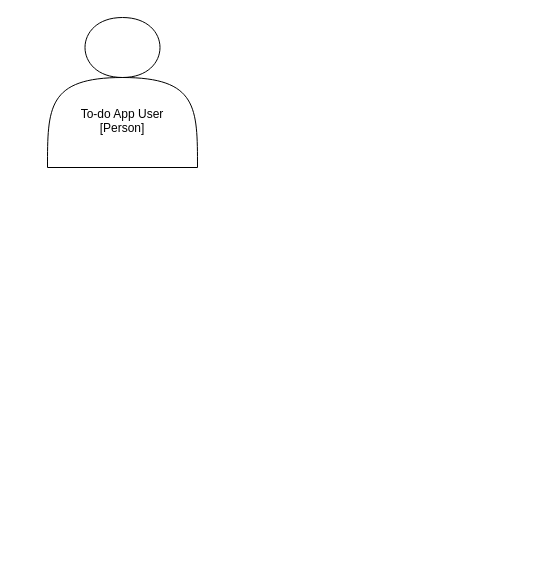
This is Documentation/Context Diagram.drawio from Gontx/DevOps-Course-Starter, a draw.io file, before an edit. Source tidied: cells renumbered, new cells numbered last; positions are measured from the earlier drawing's top-left corner, leaving out a move shared by most shapes. Both pictures are drawn from the tidied source at 100%, with x=0, y=0 at pixel (47, 17).
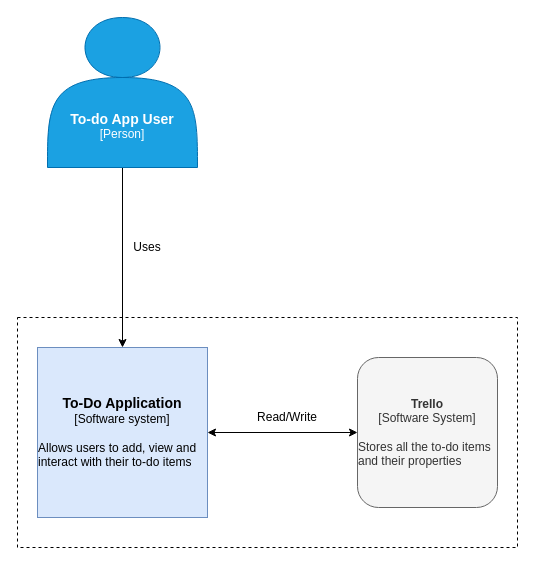
The same diagram, later.

Diff of the diagram source:
```diff
@@
 <mxGraphModel>
   <root>
     <mxCell id="0" />
     <mxCell id="1" parent="0" />
+    <mxCell id="3" style="rounded=0;whiteSpace=wrap;html=1;dashed=1;" parent="1" vertex="1">
+      <mxGeometry x="-30" y="300" width="500" height="230" as="geometry" />
+    </mxCell>
+    <mxCell id="4" style="edgeStyle=orthogonalEdgeStyle;rounded=0;jettySize=auto;html=1;exitX=0.5;exitY=1;exitDx=0;exitDy=0;entryX=0.5;entryY=0;entryDx=0;entryDy=0;" parent="1" edge="1" source="2" target="6">
+      <mxGeometry relative="1" as="geometry" />
+    </mxCell>
-    <mxCell id="2" value="&lt;br&gt;&lt;br&gt;&lt;br&gt;&lt;br&gt;To-do App User&lt;br&gt;[Person]" style="shape=actor;whiteSpace=wrap;html=1;" parent="1" vertex="1">
+    <mxCell id="2" value="&lt;b style=&quot;font-size: 14px&quot;&gt;&lt;br&gt;&lt;br&gt;&lt;br&gt;&lt;br&gt;To-do App User&lt;/b&gt;&lt;br&gt;[Person]" style="shape=actor;whiteSpace=wrap;html=1;fillColor=#1ba1e2;strokeColor=#006EAF;fontColor=#ffffff;" parent="1" vertex="1">
       <mxGeometry width="150" height="150" as="geometry" />
     </mxCell>
+    <mxCell id="5" style="edgeStyle=orthogonalEdgeStyle;rounded=0;jettySize=auto;html=1;exitX=1;exitY=0.5;exitDx=0;exitDy=0;entryX=0;entryY=0.5;entryDx=0;entryDy=0;startArrow=classic;startFill=1;" parent="1" edge="1" source="6" target="7">
+      <mxGeometry relative="1" as="geometry" />
+    </mxCell>
+    <mxCell id="6" value="&lt;b&gt;&lt;font style=&quot;font-size: 14px&quot;&gt;To-Do Application&lt;br&gt;&lt;/font&gt;&lt;/b&gt;[Software system]&lt;br&gt;&lt;br&gt;&lt;div style=&quot;text-align: left&quot;&gt;&lt;span&gt;Allows users to add, view and interact with their to-do items&lt;/span&gt;&lt;/div&gt;" style="whiteSpace=wrap;html=1;fillColor=#dae8fc;strokeColor=#6c8ebf;" parent="1" vertex="1">
+      <mxGeometry x="-10" y="330" width="170" height="170" as="geometry" />
+    </mxCell>
+    <mxCell id="7" value="&lt;font&gt;&lt;b style=&quot;font-size: 12px&quot;&gt;Trello&lt;/b&gt;&lt;br&gt;[Software System]&lt;br&gt;&lt;br&gt;&lt;div style=&quot;text-align: left&quot;&gt;Stores all the to-do items and their properties&lt;/div&gt;&lt;/font&gt;" style="rounded=1;whiteSpace=wrap;html=1;fillColor=#f5f5f5;strokeColor=#666666;fontColor=#333333;" parent="1" vertex="1">
+      <mxGeometry x="310" y="340" width="140" height="150" as="geometry" />
+    </mxCell>
+    <mxCell id="8" value="Uses" style="text;html=1;strokeColor=none;fillColor=none;align=center;verticalAlign=middle;whiteSpace=wrap;rounded=0;" parent="1" vertex="1">
+      <mxGeometry x="80" y="220" width="40" height="20" as="geometry" />
+    </mxCell>
+    <mxCell id="9" value="Read/Write" style="text;html=1;strokeColor=none;fillColor=none;align=center;verticalAlign=middle;whiteSpace=wrap;rounded=0;" parent="1" vertex="1">
+      <mxGeometry x="220" y="390" width="40" height="20" as="geometry" />
+    </mxCell>
   </root>
 </mxGraphModel>
```
